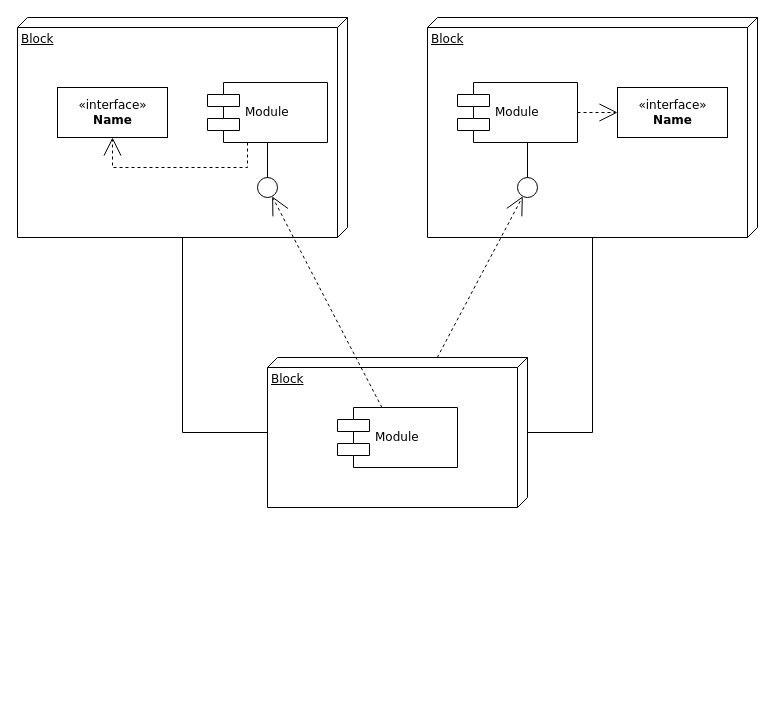
Above: 제목 없는 다이어그램.drawio in MingGin/VueStudy (draw.io), before the change. Source tidied: cells renumbered, new cells numbered last; positions are measured from the earlier drawing's top-left corner, leaving out a move shared by most shapes. Both pictures are drawn from the tidied source at 100%, with x=0, y=0 at pixel (17, 17).
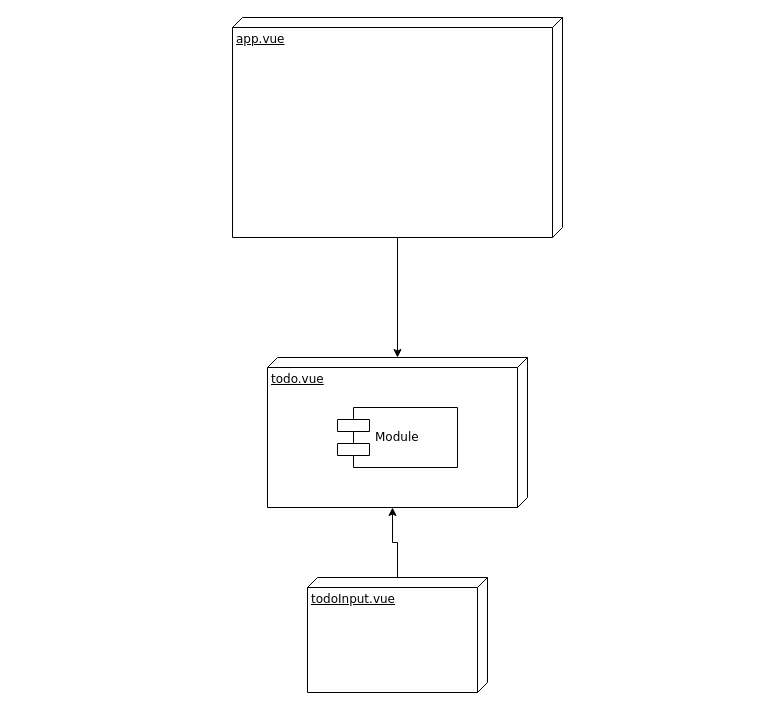
The same diagram, later.

The change refers to these unchanged cells:
```xml
<mxCell id="11" value="Module" style="shape=component;align=left;spacingLeft=36;rounded=0;shadow=0;comic=0;labelBackgroundColor=none;strokeWidth=1;fontFamily=Verdana;fontSize=12;html=1;" parent="1" vertex="1">
  <mxGeometry x="320" y="390" width="120" height="60" as="geometry" />
</mxCell>
```

The edit, as a diff of the source:
```diff
@@
+    <mxCell id="20" style="edgeStyle=orthogonalEdgeStyle;rounded=0;jettySize=auto;html=1;" parent="1" edge="1" source="2" target="4">
+      <mxGeometry relative="1" as="geometry" />
+    </mxCell>
-    <mxCell id="2" value="Block" style="verticalAlign=top;align=left;spacingTop=8;spacingLeft=2;spacingRight=12;shape=cube;size=10;direction=south;fontStyle=4;html=1;rounded=0;shadow=0;comic=0;labelBackgroundColor=none;strokeWidth=1;fontFamily=Verdana;fontSize=12;" parent="1" vertex="1">
-      <mxGeometry width="330" height="220" as="geometry" />
+    <mxCell id="2" value="app.vue&lt;br&gt;" style="verticalAlign=top;align=left;spacingTop=8;spacingLeft=2;spacingRight=12;shape=cube;size=10;direction=south;fontStyle=4;html=1;rounded=0;shadow=0;comic=0;labelBackgroundColor=none;strokeWidth=1;fontFamily=Verdana;fontSize=12;" parent="1" vertex="1">
+      <mxGeometry x="215" width="330" height="220" as="geometry" />
     </mxCell>
-    <mxCell id="3" value="Block" style="verticalAlign=top;align=left;spacingTop=8;spacingLeft=2;spacingRight=12;shape=cube;size=10;direction=south;fontStyle=4;html=1;rounded=0;shadow=0;comic=0;labelBackgroundColor=none;strokeWidth=1;fontFamily=Verdana;fontSize=12;" parent="1" vertex="1">
-      <mxGeometry x="410" width="330" height="220" as="geometry" />
-    </mxCell>
-    <mxCell id="4" value="Block" style="verticalAlign=top;align=left;spacingTop=8;spacingLeft=2;spacingRight=12;shape=cube;size=10;direction=south;fontStyle=4;html=1;rounded=0;shadow=0;comic=0;labelBackgroundColor=none;strokeWidth=1;fontFamily=Verdana;fontSize=12;" parent="1" vertex="1">
+    <mxCell id="4" value="todo.vue" style="verticalAlign=top;align=left;spacingTop=8;spacingLeft=2;spacingRight=12;shape=cube;size=10;direction=south;fontStyle=4;html=1;rounded=0;shadow=0;comic=0;labelBackgroundColor=none;strokeWidth=1;fontFamily=Verdana;fontSize=12;" parent="1" vertex="1">
       <mxGeometry x="250" y="340" width="260" height="150" as="geometry" />
     </mxCell>
-    <mxCell id="5" value="&amp;laquo;interface&amp;raquo;&lt;br&gt;&lt;b&gt;Name&lt;/b&gt;" style="html=1;rounded=0;shadow=0;comic=0;labelBackgroundColor=none;strokeWidth=1;fontFamily=Verdana;fontSize=12;align=center;" parent="1" vertex="1">
-      <mxGeometry x="40" y="70" width="110" height="50" as="geometry" />
-    </mxCell>
-    <mxCell id="6" value="Module" style="shape=component;align=left;spacingLeft=36;rounded=0;shadow=0;comic=0;labelBackgroundColor=none;strokeWidth=1;fontFamily=Verdana;fontSize=12;html=1;" parent="1" vertex="1">
-      <mxGeometry x="190" y="65" width="120" height="60" as="geometry" />
-    </mxCell>
-    <mxCell id="7" style="ellipse;whiteSpace=wrap;html=1;rounded=0;shadow=0;comic=0;labelBackgroundColor=none;strokeWidth=1;fontFamily=Verdana;fontSize=12;align=center;" parent="1" vertex="1">
-      <mxGeometry x="240" y="160" width="20" height="20" as="geometry" />
-    </mxCell>
-    <mxCell id="8" value="Module" style="shape=component;align=left;spacingLeft=36;rounded=0;shadow=0;comic=0;labelBackgroundColor=none;strokeWidth=1;fontFamily=Verdana;fontSize=12;html=1;" parent="1" vertex="1">
-      <mxGeometry x="440" y="65" width="120" height="60" as="geometry" />
-    </mxCell>
-    <mxCell id="9" value="&amp;laquo;interface&amp;raquo;&lt;br&gt;&lt;b&gt;Name&lt;/b&gt;" style="html=1;rounded=0;shadow=0;comic=0;labelBackgroundColor=none;strokeWidth=1;fontFamily=Verdana;fontSize=12;align=center;" parent="1" vertex="1">
-      <mxGeometry x="600" y="70" width="110" height="50" as="geometry" />
-    </mxCell>
-    <mxCell id="10" style="ellipse;whiteSpace=wrap;html=1;rounded=0;shadow=0;comic=0;labelBackgroundColor=none;strokeWidth=1;fontFamily=Verdana;fontSize=12;align=center;" parent="1" vertex="1">
-      <mxGeometry x="500" y="160" width="20" height="20" as="geometry" />
-    </mxCell>
@@
-    <mxCell id="12" style="edgeStyle=none;rounded=0;html=1;dashed=1;labelBackgroundColor=none;startArrow=none;startFill=0;startSize=8;endArrow=open;endFill=0;endSize=16;fontFamily=Verdana;fontSize=12;" parent="1" edge="1" source="11" target="7">
-      <mxGeometry relative="1" as="geometry" />
-    </mxCell>
-    <mxCell id="13" style="edgeStyle=none;rounded=0;html=1;dashed=1;labelBackgroundColor=none;startArrow=none;startFill=0;startSize=8;endArrow=open;endFill=0;endSize=16;fontFamily=Verdana;fontSize=12;" parent="1" edge="1" source="4" target="10">
-      <mxGeometry relative="1" as="geometry" />
-    </mxCell>
-    <mxCell id="14" style="edgeStyle=elbowEdgeStyle;rounded=0;html=1;labelBackgroundColor=none;startArrow=none;startFill=0;startSize=8;endArrow=none;endFill=0;endSize=16;fontFamily=Verdana;fontSize=12;" parent="1" edge="1" source="10" target="8">
-      <mxGeometry relative="1" as="geometry" />
-    </mxCell>
-    <mxCell id="15" style="edgeStyle=elbowEdgeStyle;rounded=0;html=1;labelBackgroundColor=none;startArrow=none;startFill=0;startSize=8;endArrow=none;endFill=0;endSize=16;fontFamily=Verdana;fontSize=12;" parent="1" edge="1" source="7" target="6">
-      <mxGeometry relative="1" as="geometry" />
-    </mxCell>
-    <mxCell id="16" style="edgeStyle=orthogonalEdgeStyle;rounded=0;html=1;labelBackgroundColor=none;startArrow=none;startFill=0;startSize=8;endArrow=open;endFill=0;endSize=16;fontFamily=Verdana;fontSize=12;dashed=1;" parent="1" edge="1" source="6" target="5">
-      <mxGeometry relative="1" as="geometry">
-        <Array as="points">
-          <mxPoint x="230" y="150" />
-          <mxPoint x="95" y="150" />
-        </Array>
-      </mxGeometry>
-    </mxCell>
-    <mxCell id="17" style="edgeStyle=orthogonalEdgeStyle;rounded=0;html=1;dashed=1;labelBackgroundColor=none;startArrow=none;startFill=0;startSize=8;endArrow=open;endFill=0;endSize=16;fontFamily=Verdana;fontSize=12;" parent="1" edge="1" source="8" target="9">
-      <mxGeometry relative="1" as="geometry" />
-    </mxCell>
-    <mxCell id="18" style="edgeStyle=orthogonalEdgeStyle;rounded=0;html=1;labelBackgroundColor=none;startArrow=none;startFill=0;startSize=8;endArrow=none;endFill=0;endSize=16;fontFamily=Verdana;fontSize=12;" parent="1" edge="1" source="4" target="3">
-      <mxGeometry relative="1" as="geometry">
-        <Array as="points">
-          <mxPoint x="575" y="415" />
-        </Array>
-      </mxGeometry>
-    </mxCell>
-    <mxCell id="19" style="edgeStyle=orthogonalEdgeStyle;rounded=0;html=1;labelBackgroundColor=none;startArrow=none;startFill=0;startSize=8;endArrow=none;endFill=0;endSize=16;fontFamily=Verdana;fontSize=12;" parent="1" edge="1" source="4" target="2">
-      <mxGeometry relative="1" as="geometry">
-        <Array as="points">
-          <mxPoint x="165" y="415" />
-        </Array>
-      </mxGeometry>
-    </mxCell>
+    <mxCell id="21" value="todoInput.vue" style="verticalAlign=top;align=left;spacingTop=8;spacingLeft=2;spacingRight=12;shape=cube;size=10;direction=south;fontStyle=4;html=1;rounded=0;shadow=0;comic=0;labelBackgroundColor=none;strokeWidth=1;fontFamily=Verdana;fontSize=12;" parent="1" vertex="1">
+      <mxGeometry x="290" y="560" width="180" height="115" as="geometry" />
+    </mxCell>
+    <mxCell id="22" style="edgeStyle=orthogonalEdgeStyle;rounded=0;jettySize=auto;html=1;entryX=0;entryY=0;entryDx=150;entryDy=135;entryPerimeter=0;" parent="1" edge="1" source="21" target="4">
+      <mxGeometry relative="1" as="geometry" />
+    </mxCell>
```
